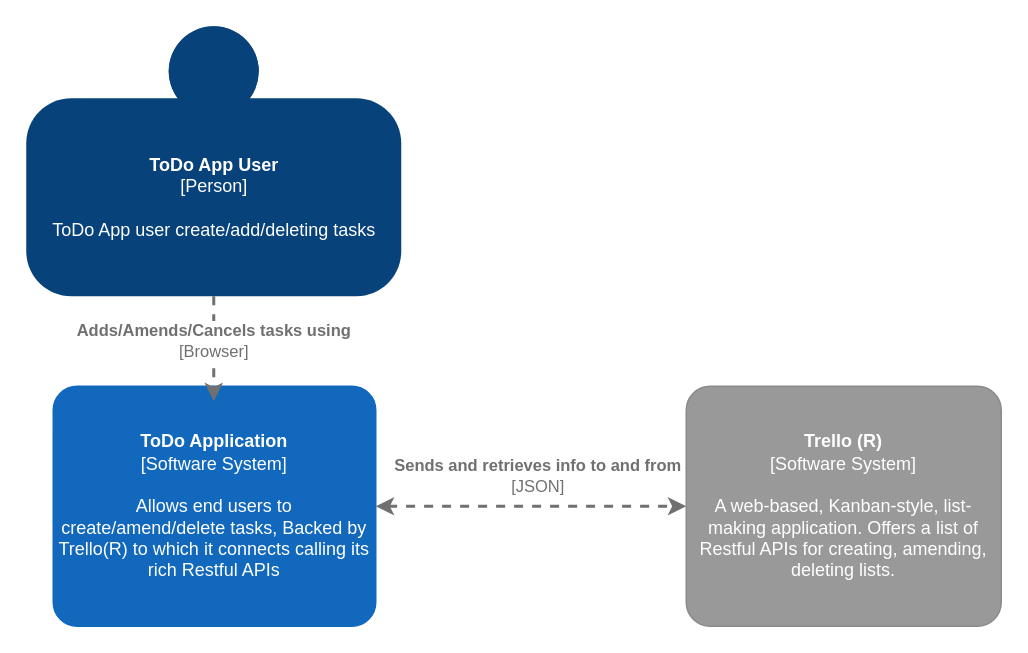
Before: page "Context" (1 of 4) of C4-Architecture-diagram.drawio in gmoraita/DevOps-Course-Starter, a draw.io diagram. Source tidied: cells renumbered, new cells numbered last; positions are measured from the earlier drawing's top-left corner, leaving out a move shared by most shapes. Both pictures are drawn from the tidied source at 150%, with x=0, y=0 at pixel (26, 26).
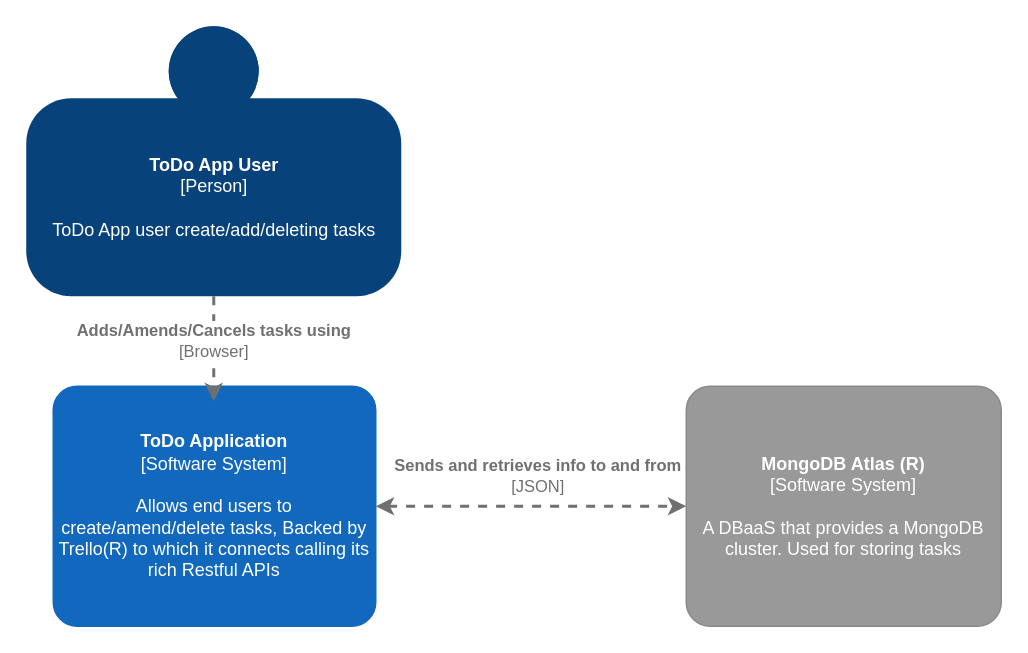
Above is the later version.

Change to the diagram source:
```diff
@@
 <mxGraphModel>
   <root>
     <mxCell id="0" />
     <mxCell id="1" parent="0" />
     <object id="2" label="&lt;b&gt;%c4Name%&lt;/b&gt;&lt;div&gt;[%c4Type%]&lt;/div&gt;&lt;br&gt;&lt;div&gt;%c4Description%&lt;/div&gt;" c4Description="ToDo App user create/add/deleting tasks" c4Name="ToDo App User" c4Type="Person" placeholders="1">
       <mxCell style="html=1;dashed=0;whitespace=wrap;fillColor=#08427b;strokeColor=none;fontColor=#ffffff;shape=mxgraph.c4.person;align=center;points=[[0.5,0,0],[1,0.5,0],[1,0.75,0],[0.75,1,0],[0.5,1,0],[0.25,1,0],[0,0.75,0],[0,0.5,0]];metaData={&quot;c4Type&quot;:{&quot;editable&quot;:false}};" parent="1" vertex="1">
         <mxGeometry width="250" height="180" as="geometry" />
       </mxCell>
     </object>
     <object id="3" label="&lt;b&gt;%c4Name%&lt;/b&gt;&lt;div&gt;[%c4Type%]&lt;/div&gt;&lt;br&gt;&lt;div&gt;%c4Description%&lt;/div&gt;" c4Description="Allows end users to create/amend/delete tasks, Backed by Trello(R) to which it connects calling its rich Restful APIs" c4Name="ToDo Application" c4Type="Software System" placeholders="1">
       <mxCell style="rounded=1;whiteSpace=wrap;html=1;labelBackgroundColor=none;fillColor=#1168BD;fontColor=#ffffff;align=center;arcSize=10;strokeColor=#1168BD;metaData={&quot;c4Type&quot;:{&quot;editable&quot;:false}};points=[[0.25,0,0],[0.5,0,0],[0.75,0,0],[1,0.25,0],[1,0.5,0],[1,0.75,0],[0.75,1,0],[0.5,1,0],[0.25,1,0],[0,0.75,0],[0,0.5,0],[0,0.25,0]];" parent="1" vertex="1">
         <mxGeometry x="18" y="240" width="215" height="160" as="geometry" />
       </mxCell>
     </object>
-    <object id="4" label="&lt;b&gt;%c4Name%&lt;/b&gt;&lt;div&gt;[%c4Type%]&lt;/div&gt;&lt;br&gt;&lt;div&gt;%c4Description%&lt;/div&gt;" c4Description="A web-based, Kanban-style, list-making application. Offers a list of Restful APIs for creating, amending, deleting lists." c4Name="Trello (R)" c4Type="Software System" placeholders="1">
+    <object id="4" label="&lt;b&gt;%c4Name%&lt;/b&gt;&lt;div&gt;[%c4Type%]&lt;/div&gt;&lt;br&gt;&lt;div&gt;%c4Description%&lt;/div&gt;" c4Description="A DBaaS that provides a MongoDB cluster. Used for storing tasks" c4Name="MongoDB Atlas (R)" c4Type="Software System" placeholders="1">
       <mxCell style="rounded=1;whiteSpace=wrap;html=1;labelBackgroundColor=none;fillColor=#999999;fontColor=#ffffff;align=center;arcSize=10;strokeColor=#8A8A8A;metaData={&quot;c4Type&quot;:{&quot;editable&quot;:false}};points=[[0.25,0,0],[0.5,0,0],[0.75,0,0],[1,0.25,0],[1,0.5,0],[1,0.75,0],[0.75,1,0],[0.5,1,0],[0.25,1,0],[0,0.75,0],[0,0.5,0],[0,0.25,0]];" parent="1" vertex="1">
         <mxGeometry x="440" y="240" width="210" height="160" as="geometry" />
       </mxCell>
     </object>
     <object id="5" label="&lt;div style=&quot;text-align: left&quot;&gt;&lt;div style=&quot;text-align: center&quot;&gt;&lt;b&gt;%c4Description%&lt;/b&gt;&lt;/div&gt;&lt;div style=&quot;text-align: center&quot;&gt;[%c4Technology%]&lt;/div&gt;&lt;/div&gt;" c4Description="Adds/Amends/Cancels tasks using" c4Technology="Browser" placeholders="1">
       <mxCell style="edgeStyle=none;rounded=0;html=1;jettySize=auto;strokeColor=#707070;strokeWidth=2;fontColor=#707070;jumpStyle=none;dashed=1;metaData={&quot;c4Type&quot;:{&quot;editable&quot;:false}};" parent="1" edge="1" source="2">
         <mxGeometry x="-0.14" relative="1" as="geometry">
           <mxPoint x="125" y="250" as="targetPoint" />
         </mxGeometry>
       </mxCell>
     </object>
     <object id="6" label="&lt;div style=&quot;text-align: left&quot;&gt;&lt;div style=&quot;text-align: center&quot;&gt;&lt;b&gt;%c4Description%&lt;/b&gt;&lt;/div&gt;&lt;div style=&quot;text-align: center&quot;&gt;[%c4Technology%]&lt;/div&gt;&lt;/div&gt;" c4Description="Sends and retrieves info to and from" c4Technology="JSON" placeholders="1">
       <mxCell style="edgeStyle=none;rounded=0;html=1;jettySize=auto;strokeColor=#707070;strokeWidth=2;fontColor=#707070;jumpStyle=none;dashed=1;metaData={&quot;c4Type&quot;:{&quot;editable&quot;:false}};entryX=0;entryY=0.5;entryDx=0;entryDy=0;entryPerimeter=0;startArrow=classic;startFill=1;" parent="1" edge="1" source="3" target="4">
         <mxGeometry x="0.04" y="20" relative="1" as="geometry">
           <Array as="points">
             <mxPoint x="300" y="320" />
           </Array>
         </mxGeometry>
       </mxCell>
     </object>
   </root>
 </mxGraphModel>
```
